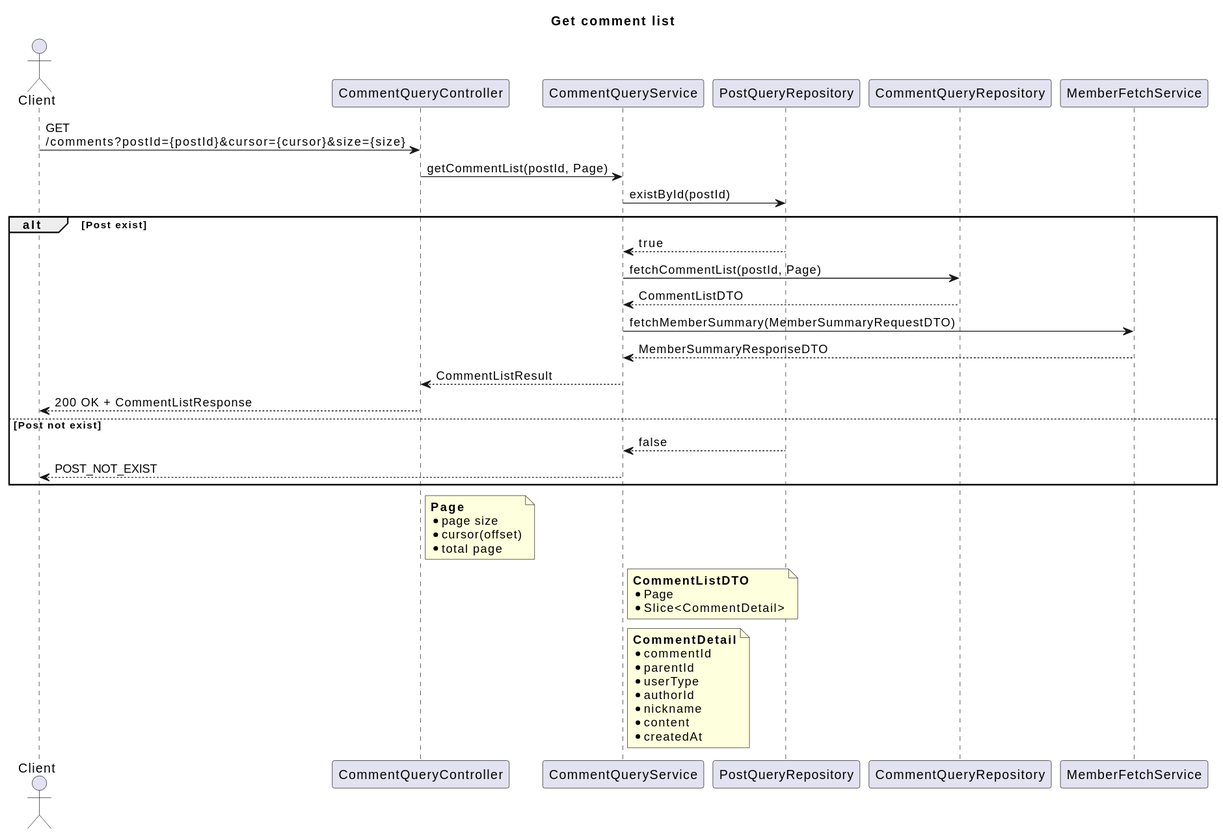
This is document/puml/event/externalAPI/boardContext/commentAggregate/getCommentListSeq.svg from SimpleBoardTeam/server-hyunchang, a PlantUML export, as it was before one commit.
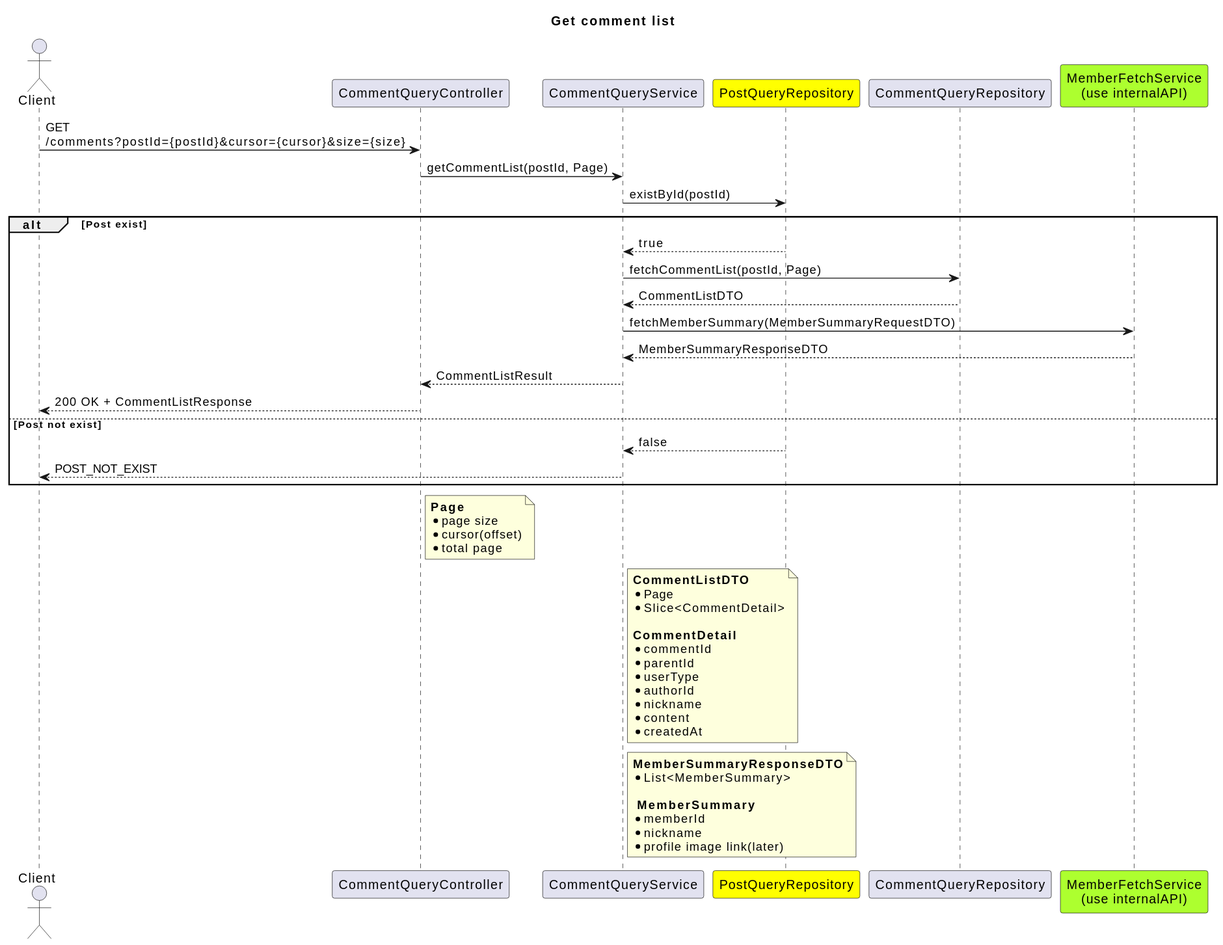
Above is the later version.

Diff of the diagram source:
```diff
@@ -4,9 +4,9 @@
 actor Client
 participant CommentQueryController
 participant CommentQueryService
-participant PostQueryRepository
+participant PostQueryRepository #Yellow
 participant CommentQueryRepository
-participant MemberFetchService
+participant "MemberFetchService\n(use internalAPI)" as MemberFetchService #GreenYellow
 
 Client -> CommentQueryController : GET\n/comments?postId={postId}&cursor={cursor}&size={size}
 CommentQueryController -> CommentQueryService : getCommentList(postId, Page)
@@ -38,8 +38,7 @@
 <b>CommentListDTO</b>
 * Page
 * Slice<CommentDetail>
-end note
-note right of CommentQueryService
+
 <b>CommentDetail</b>
 * commentId
 * parentId
@@ -49,4 +48,14 @@
 * content
 * createdAt
 end note
+
+note right of CommentQueryService
+<b>MemberSummaryResponseDTO</b>
+* List<MemberSummary>
+
+<b> MemberSummary</b>
+* memberId
+* nickname
+* profile image link(later)
+end note
 @enduml
```
